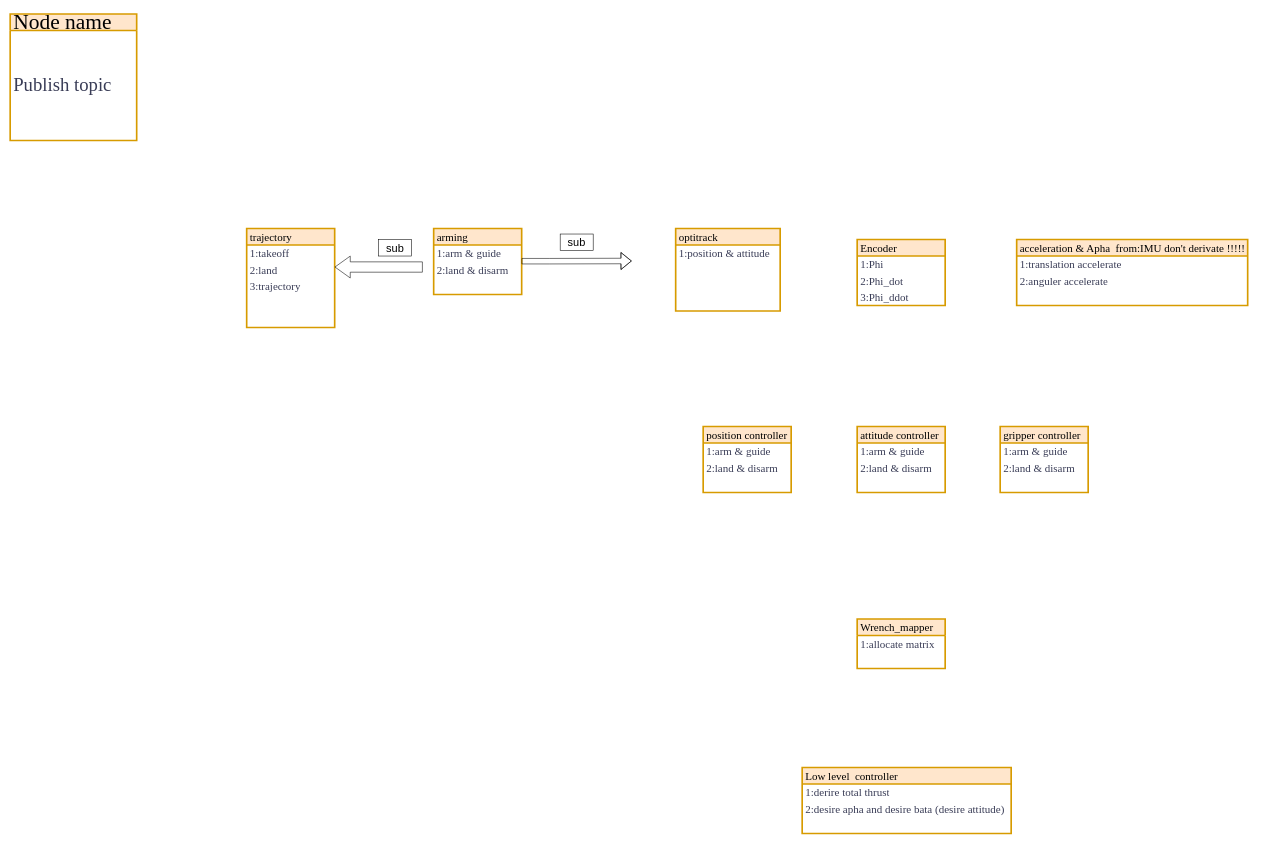
This is ros_block_diagram.drawio from CYMElee/EXP_WS, a draw.io file, before an edit. Source tidied: cells renumbered, new cells numbered last; positions are measured from the earlier drawing's top-left corner, leaving out a move shared by most shapes. Both pictures are drawn from the tidied source at 55%, with x=0, y=0 at pixel (10, 14).
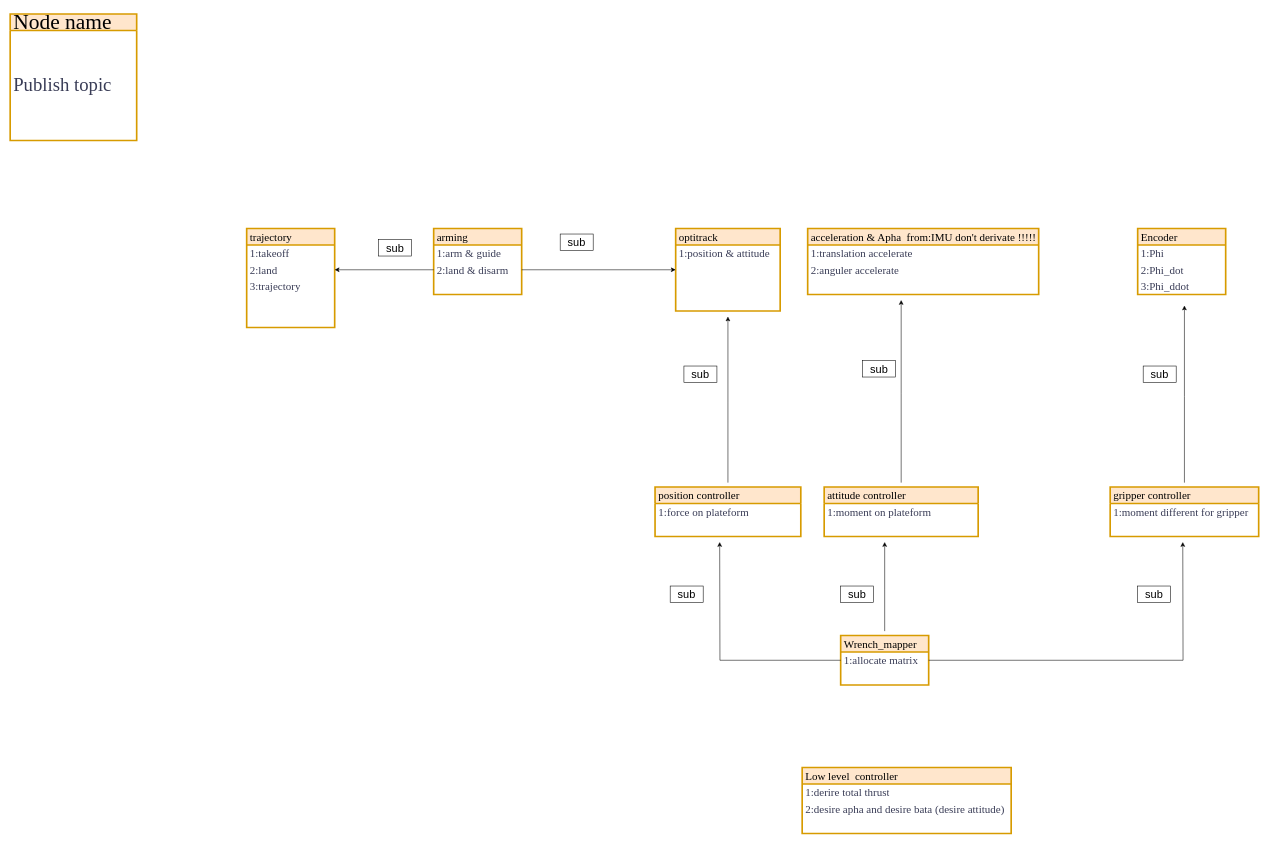
Above is the later version.

Unchanged cells that the change refers to:
```xml
<mxCell id="4" value="2:land" style="text;strokeColor=none;fillColor=none;align=left;verticalAlign=middle;spacingLeft=4;spacingRight=4;overflow=hidden;points=[[0,0.5],[1,0.5]];portConstraint=eastwest;whiteSpace=wrap;html=1;fontSize=20;fontFamily=Times New Roman;fontColor=#393C56;" parent="2" vertex="1">
  <mxGeometry y="60" width="160" height="30" as="geometry" />
</mxCell>
<mxCell id="10" value="2:land &amp;amp; disarm" style="text;strokeColor=none;fillColor=none;align=left;verticalAlign=middle;spacingLeft=4;spacingRight=4;overflow=hidden;points=[[0,0.5],[1,0.5]];portConstraint=eastwest;whiteSpace=wrap;html=1;fontSize=20;fontFamily=Times New Roman;fontColor=#393C56;" parent="8" vertex="1">
  <mxGeometry y="60" width="160" height="30" as="geometry" />
</mxCell>
<mxCell id="14" style="text;strokeColor=none;fillColor=none;align=left;verticalAlign=middle;spacingLeft=4;spacingRight=4;overflow=hidden;points=[[0,0.5],[1,0.5]];portConstraint=eastwest;whiteSpace=wrap;html=1;fontSize=20;fontFamily=Times New Roman;fontColor=#393C56;" parent="12" vertex="1">
  <mxGeometry y="60" width="190" height="30" as="geometry" />
</mxCell>
<mxCell id="42" value="1:allocate matrix" style="text;strokeColor=none;fillColor=none;align=left;verticalAlign=middle;spacingLeft=4;spacingRight=4;overflow=hidden;points=[[0,0.5],[1,0.5]];portConstraint=eastwest;whiteSpace=wrap;html=1;fontSize=20;fontFamily=Times New Roman;fontColor=#393C56;" parent="41" vertex="1">
  <mxGeometry y="30" width="160" height="30" as="geometry" />
</mxCell>
```

The edit, as a diff of the source:
```diff
@@
-    <mxCell id="17" style="shape=flexArrow;endArrow=classic;html=1;rounded=0;fillColor=none;strokeColor=#000000;" parent="1" edge="1">
-      <mxGeometry relative="1" as="geometry">
-        <mxPoint x="930" y="449.4" as="sourcePoint" />
-        <mxPoint x="1130" y="449" as="targetPoint" />
-        <Array as="points">
-          <mxPoint x="980" y="449.4" />
-        </Array>
-      </mxGeometry>
-    </mxCell>
@@
-    <mxCell id="19" style="shape=flexArrow;endArrow=classic;html=1;rounded=0;width=18.823529411764707;endSize=8.941176470588236;" parent="1" edge="1">
-      <mxGeometry relative="1" as="geometry">
-        <mxPoint x="750" y="460" as="sourcePoint" />
-        <mxPoint x="590" y="460" as="targetPoint" />
-      </mxGeometry>
-    </mxCell>
@@
+    <mxCell id="50" style="edgeStyle=orthogonalEdgeStyle;rounded=0;jettySize=auto;html=1;" parent="1" edge="1" source="21">
+      <mxGeometry relative="1" as="geometry">
+        <mxPoint x="1305" y="550" as="targetPoint" />
+      </mxGeometry>
+    </mxCell>
     <mxCell id="21" value="position controller" style="swimlane;fontStyle=0;horizontal=1;startSize=30;whiteSpace=wrap;html=1;labelBackgroundColor=none;strokeWidth=3;align=left;verticalAlign=middle;spacingLeft=4;spacingRight=4;fontFamily=Times New Roman;fontSize=20;fillColor=#ffe6cc;strokeColor=#d79b00;perimeterSpacing=8;swimlaneLine=1;rounded=0;glass=0;shadow=0;" parent="1" vertex="1">
-      <mxGeometry x="1260" y="750" width="160" height="120" as="geometry" />
+      <mxGeometry x="1172.5" y="860" width="265" height="90" as="geometry" />
     </mxCell>
-    <mxCell id="22" value="1:arm &amp;amp; guide" style="text;strokeColor=none;fillColor=none;align=left;verticalAlign=middle;spacingLeft=4;spacingRight=4;overflow=hidden;whiteSpace=wrap;html=1;fontSize=20;fontFamily=Times New Roman;fontColor=#393C56;" parent="21" vertex="1">
-      <mxGeometry y="30" width="160" height="30" as="geometry" />
+    <mxCell id="22" value="1:force on plateform" style="text;strokeColor=none;fillColor=none;align=left;verticalAlign=middle;spacingLeft=4;spacingRight=4;overflow=hidden;whiteSpace=wrap;html=1;fontSize=20;fontFamily=Times New Roman;fontColor=#393C56;" parent="21" vertex="1">
+      <mxGeometry y="30" width="265" height="30" as="geometry" />
     </mxCell>
-    <mxCell id="23" value="2:land &amp;amp; disarm" style="text;strokeColor=none;fillColor=none;align=left;verticalAlign=middle;spacingLeft=4;spacingRight=4;overflow=hidden;whiteSpace=wrap;html=1;fontSize=20;fontFamily=Times New Roman;fontColor=#393C56;" parent="21" vertex="1">
-      <mxGeometry y="60" width="160" height="30" as="geometry" />
-    </mxCell>
     <mxCell id="24" style="text;strokeColor=none;fillColor=none;align=left;verticalAlign=middle;spacingLeft=4;spacingRight=4;overflow=hidden;whiteSpace=wrap;html=1;fontSize=20;fontFamily=Times New Roman;fontColor=#393C56;" parent="21" vertex="1">
-      <mxGeometry y="90" width="160" height="30" as="geometry" />
+      <mxGeometry y="60" width="265" height="30" as="geometry" />
     </mxCell>
+    <mxCell id="51" style="edgeStyle=orthogonalEdgeStyle;rounded=0;jettySize=auto;html=1;" parent="1" edge="1" source="25">
+      <mxGeometry relative="1" as="geometry">
+        <mxPoint x="1620" y="520" as="targetPoint" />
+      </mxGeometry>
+    </mxCell>
     <mxCell id="25" value="attitude controller" style="swimlane;fontStyle=0;horizontal=1;startSize=30;whiteSpace=wrap;html=1;labelBackgroundColor=none;strokeWidth=3;align=left;verticalAlign=middle;spacingLeft=4;spacingRight=4;fontFamily=Times New Roman;fontSize=20;fillColor=#ffe6cc;strokeColor=#d79b00;perimeterSpacing=8;swimlaneLine=1;rounded=0;glass=0;shadow=0;" parent="1" vertex="1">
-      <mxGeometry x="1540" y="750" width="160" height="120" as="geometry" />
+      <mxGeometry x="1480" y="860" width="280" height="90" as="geometry" />
     </mxCell>
-    <mxCell id="26" value="1:arm &amp;amp; guide" style="text;strokeColor=none;fillColor=none;align=left;verticalAlign=middle;spacingLeft=4;spacingRight=4;overflow=hidden;whiteSpace=wrap;html=1;fontSize=20;fontFamily=Times New Roman;fontColor=#393C56;" parent="25" vertex="1">
-      <mxGeometry y="30" width="160" height="30" as="geometry" />
+    <mxCell id="26" value="1:moment on plateform" style="text;strokeColor=none;fillColor=none;align=left;verticalAlign=middle;spacingLeft=4;spacingRight=4;overflow=hidden;whiteSpace=wrap;html=1;fontSize=20;fontFamily=Times New Roman;fontColor=#393C56;" parent="25" vertex="1">
+      <mxGeometry y="30" width="280" height="30" as="geometry" />
     </mxCell>
-    <mxCell id="27" value="2:land &amp;amp; disarm" style="text;strokeColor=none;fillColor=none;align=left;verticalAlign=middle;spacingLeft=4;spacingRight=4;overflow=hidden;whiteSpace=wrap;html=1;fontSize=20;fontFamily=Times New Roman;fontColor=#393C56;" parent="25" vertex="1">
-      <mxGeometry y="60" width="160" height="30" as="geometry" />
-    </mxCell>
     <mxCell id="28" style="text;strokeColor=none;fillColor=none;align=left;verticalAlign=middle;spacingLeft=4;spacingRight=4;overflow=hidden;whiteSpace=wrap;html=1;fontSize=20;fontFamily=Times New Roman;fontColor=#393C56;" parent="25" vertex="1">
-      <mxGeometry y="90" width="160" height="30" as="geometry" />
+      <mxGeometry y="60" width="280" height="30" as="geometry" />
     </mxCell>
+    <mxCell id="52" style="edgeStyle=orthogonalEdgeStyle;rounded=0;jettySize=auto;html=1;" parent="1" edge="1" source="29">
+      <mxGeometry relative="1" as="geometry">
+        <mxPoint x="2135" y="530" as="targetPoint" />
+      </mxGeometry>
+    </mxCell>
     <mxCell id="29" value="gripper controller" style="swimlane;fontStyle=0;horizontal=1;startSize=30;whiteSpace=wrap;html=1;labelBackgroundColor=none;strokeWidth=3;align=left;verticalAlign=middle;spacingLeft=4;spacingRight=4;fontFamily=Times New Roman;fontSize=20;fillColor=#ffe6cc;strokeColor=#d79b00;perimeterSpacing=8;swimlaneLine=1;rounded=0;glass=0;shadow=0;" parent="1" vertex="1">
-      <mxGeometry x="1800" y="750" width="160" height="120" as="geometry" />
+      <mxGeometry x="2000" y="860" width="270" height="90" as="geometry" />
     </mxCell>
-    <mxCell id="30" value="1:arm &amp;amp; guide" style="text;strokeColor=none;fillColor=none;align=left;verticalAlign=middle;spacingLeft=4;spacingRight=4;overflow=hidden;whiteSpace=wrap;html=1;fontSize=20;fontFamily=Times New Roman;fontColor=#393C56;" parent="29" vertex="1">
-      <mxGeometry y="30" width="160" height="30" as="geometry" />
+    <mxCell id="30" value="1:moment different for gripper" style="text;strokeColor=none;fillColor=none;align=left;verticalAlign=middle;spacingLeft=4;spacingRight=4;overflow=hidden;whiteSpace=wrap;html=1;fontSize=20;fontFamily=Times New Roman;fontColor=#393C56;" parent="29" vertex="1">
+      <mxGeometry y="30" width="270" height="30" as="geometry" />
     </mxCell>
-    <mxCell id="31" value="2:land &amp;amp; disarm" style="text;strokeColor=none;fillColor=none;align=left;verticalAlign=middle;spacingLeft=4;spacingRight=4;overflow=hidden;whiteSpace=wrap;html=1;fontSize=20;fontFamily=Times New Roman;fontColor=#393C56;" parent="29" vertex="1">
-      <mxGeometry y="60" width="160" height="30" as="geometry" />
-    </mxCell>
     <mxCell id="32" style="text;strokeColor=none;fillColor=none;align=left;verticalAlign=middle;spacingLeft=4;spacingRight=4;overflow=hidden;whiteSpace=wrap;html=1;fontSize=20;fontFamily=Times New Roman;fontColor=#393C56;" parent="29" vertex="1">
-      <mxGeometry y="90" width="160" height="30" as="geometry" />
+      <mxGeometry y="60" width="270" height="30" as="geometry" />
     </mxCell>
     <mxCell id="33" value="Encoder" style="swimlane;fontStyle=0;horizontal=1;startSize=30;whiteSpace=wrap;html=1;labelBackgroundColor=none;strokeWidth=3;align=left;verticalAlign=middle;spacingLeft=4;spacingRight=4;fontFamily=Times New Roman;fontSize=20;fillColor=#ffe6cc;strokeColor=#d79b00;perimeterSpacing=8;swimlaneLine=1;rounded=0;glass=0;shadow=0;" parent="1" vertex="1">
-      <mxGeometry x="1540" y="410" width="160" height="120" as="geometry" />
+      <mxGeometry x="2050" y="390" width="160" height="120" as="geometry" />
     </mxCell>
@@
     <mxCell id="37" value="acceleration &amp;amp; Apha&amp;nbsp; from:IMU don't derivate !!!!!" style="swimlane;fontStyle=0;horizontal=1;startSize=30;whiteSpace=wrap;html=1;labelBackgroundColor=none;strokeWidth=3;align=left;verticalAlign=middle;spacingLeft=4;spacingRight=4;fontFamily=Times New Roman;fontSize=20;fillColor=#ffe6cc;strokeColor=#d79b00;perimeterSpacing=8;swimlaneLine=1;rounded=0;glass=0;shadow=0;" parent="1" vertex="1">
-      <mxGeometry x="1830" y="410" width="420" height="120" as="geometry" />
+      <mxGeometry x="1450" y="390" width="420" height="120" as="geometry" />
     </mxCell>
@@
+    <mxCell id="53" style="edgeStyle=orthogonalEdgeStyle;rounded=0;jettySize=auto;html=1;" parent="1" edge="1" source="41">
+      <mxGeometry relative="1" as="geometry">
+        <mxPoint x="1590" y="960" as="targetPoint" />
+      </mxGeometry>
+    </mxCell>
     <mxCell id="41" value="Wrench_mapper" style="swimlane;fontStyle=0;horizontal=1;startSize=30;whiteSpace=wrap;html=1;labelBackgroundColor=none;strokeWidth=3;align=left;verticalAlign=middle;spacingLeft=4;spacingRight=4;fontFamily=Times New Roman;fontSize=20;fillColor=#ffe6cc;strokeColor=#d79b00;perimeterSpacing=8;swimlaneLine=1;rounded=0;glass=0;shadow=0;" parent="1" vertex="1">
-      <mxGeometry x="1540" y="1100" width="160" height="90" as="geometry" />
+      <mxGeometry x="1510" y="1130" width="160" height="90" as="geometry" />
     </mxCell>
+    <mxCell id="54" style="edgeStyle=orthogonalEdgeStyle;rounded=0;jettySize=auto;html=1;" parent="41" edge="1" source="42">
+      <mxGeometry relative="1" as="geometry">
+        <mxPoint x="-220" y="-170" as="targetPoint" />
+      </mxGeometry>
+    </mxCell>
+    <mxCell id="55" style="edgeStyle=orthogonalEdgeStyle;rounded=0;jettySize=auto;html=1;" parent="41" edge="1" source="42">
+      <mxGeometry relative="1" as="geometry">
+        <mxPoint x="622" y="-170" as="targetPoint" />
+      </mxGeometry>
+    </mxCell>
@@
+    <mxCell id="56" style="edgeStyle=orthogonalEdgeStyle;rounded=0;jettySize=auto;html=1;entryX=0;entryY=0.5;entryDx=0;entryDy=0;" parent="1" edge="1" source="10" target="14">
+      <mxGeometry relative="1" as="geometry" />
+    </mxCell>
+    <mxCell id="57" style="edgeStyle=orthogonalEdgeStyle;rounded=0;jettySize=auto;html=1;entryX=1;entryY=0.5;entryDx=0;entryDy=0;" parent="1" edge="1" source="10" target="4">
+      <mxGeometry relative="1" as="geometry" />
+    </mxCell>
+    <mxCell id="58" value="&lt;font style=&quot;font-size: 20px;&quot;&gt;sub&lt;/font&gt;" style="text;html=1;strokeColor=default;fillColor=none;align=center;verticalAlign=middle;whiteSpace=wrap;rounded=0;strokeWidth=1;" parent="1" vertex="1">
+      <mxGeometry x="1225" y="640" width="60" height="30" as="geometry" />
+    </mxCell>
+    <mxCell id="59" value="&lt;font style=&quot;font-size: 20px;&quot;&gt;sub&lt;/font&gt;" style="text;html=1;strokeColor=default;fillColor=none;align=center;verticalAlign=middle;whiteSpace=wrap;rounded=0;strokeWidth=1;" parent="1" vertex="1">
+      <mxGeometry x="1550" y="630" width="60" height="30" as="geometry" />
+    </mxCell>
+    <mxCell id="60" value="&lt;font style=&quot;font-size: 20px;&quot;&gt;sub&lt;/font&gt;" style="text;html=1;strokeColor=default;fillColor=none;align=center;verticalAlign=middle;whiteSpace=wrap;rounded=0;strokeWidth=1;" parent="1" vertex="1">
+      <mxGeometry x="2060" y="640" width="60" height="30" as="geometry" />
+    </mxCell>
+    <mxCell id="61" value="&lt;font style=&quot;font-size: 20px;&quot;&gt;sub&lt;/font&gt;" style="text;html=1;strokeColor=default;fillColor=none;align=center;verticalAlign=middle;whiteSpace=wrap;rounded=0;strokeWidth=1;" parent="1" vertex="1">
+      <mxGeometry x="1200" y="1040" width="60" height="30" as="geometry" />
+    </mxCell>
+    <mxCell id="62" value="&lt;font style=&quot;font-size: 20px;&quot;&gt;sub&lt;/font&gt;" style="text;html=1;strokeColor=default;fillColor=none;align=center;verticalAlign=middle;whiteSpace=wrap;rounded=0;strokeWidth=1;" parent="1" vertex="1">
+      <mxGeometry x="1510" y="1040" width="60" height="30" as="geometry" />
+    </mxCell>
+    <mxCell id="63" value="&lt;font style=&quot;font-size: 20px;&quot;&gt;sub&lt;/font&gt;" style="text;html=1;strokeColor=default;fillColor=none;align=center;verticalAlign=middle;whiteSpace=wrap;rounded=0;strokeWidth=1;" parent="1" vertex="1">
+      <mxGeometry x="2050" y="1040" width="60" height="30" as="geometry" />
+    </mxCell>
```
